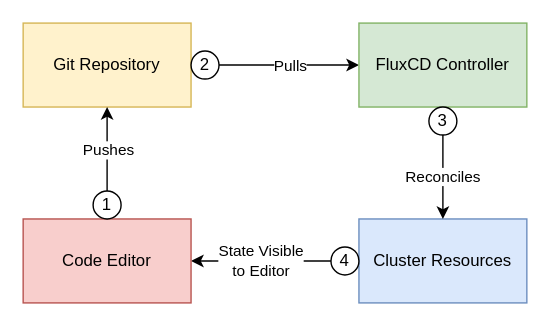
Above: docs/gitops-pull.drawio.svg in danielloader/kubernetes-sdlc (draw.io), before the change. Source tidied: cells renumbered, new cells last; positions are measured from the earlier drawing's top-left corner, leaving out a move shared by most shapes.
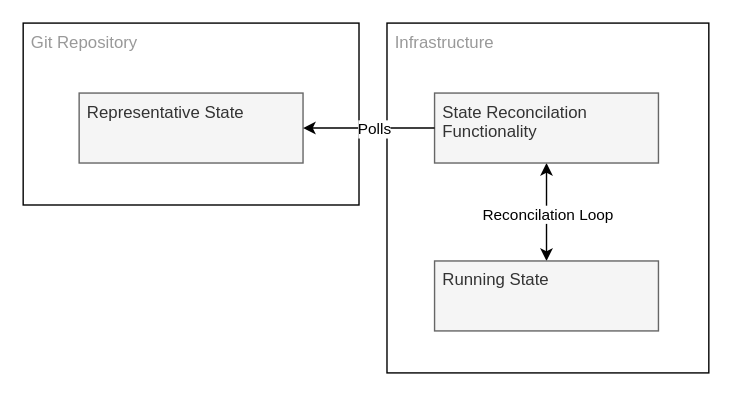
After the commit.

Diff of the diagram source:
```diff
@@ -2,63 +2,36 @@
   <root>
     <mxCell id="0" />
     <mxCell id="1" parent="0" />
+    <mxCell id="13" value="Infrastructure" style="rounded=0;whiteSpace=wrap;html=1;verticalAlign=top;align=left;spacingLeft=4;fontColor=#999999;" parent="1" vertex="1">
+      <mxGeometry x="260" y="-10" width="230" height="250" as="geometry" />
+    </mxCell>
+    <mxCell id="4" value="Git Repository" style="rounded=0;whiteSpace=wrap;html=1;horizontal=1;verticalAlign=top;align=left;spacingLeft=4;fontColor=#999999;" parent="1" vertex="1">
+      <mxGeometry y="-10" width="240" height="130" as="geometry" />
+    </mxCell>
-    <mxCell id="2" style="edgeStyle=none;html=1;startArrow=none;" parent="1" edge="1" source="16" target="5">
-      <mxGeometry relative="1" as="geometry" />
+    <mxCell id="2" value="Representative State" style="rounded=0;whiteSpace=wrap;html=1;verticalAlign=top;align=left;spacingLeft=4;fillColor=#f5f5f5;strokeColor=#666666;fontColor=#333333;" parent="1" vertex="1">
+      <mxGeometry x="40" y="40" width="160" height="50" as="geometry" />
     </mxCell>
-    <mxCell id="3" style="edgeStyle=none;html=1;startArrow=none;startFill=1;endArrow=none;endFill=0;" parent="1" edge="1" source="9" target="8">
-      <mxGeometry relative="1" as="geometry" />
-    </mxCell>
-    <mxCell id="4" value="Git Repository" style="rounded=0;whiteSpace=wrap;html=1;fillColor=#fff2cc;strokeColor=#d6b656;" parent="1" vertex="1">
-      <mxGeometry width="120" height="60" as="geometry" />
-    </mxCell>
-    <mxCell id="5" value="FluxCD Controller" style="rounded=0;whiteSpace=wrap;html=1;fillColor=#d5e8d4;strokeColor=#82b366;" parent="1" vertex="1">
-      <mxGeometry x="240" width="120" height="60" as="geometry" />
-    </mxCell>
+    <mxCell id="20" style="edgeStyle=none;html=1;startArrow=classic;startFill=1;" parent="1" edge="1" source="21" target="11">
+      <mxGeometry relative="1" as="geometry" />
+    </mxCell>
+    <mxCell id="12" value="Reconcilation Loop" style="edgeLabel;html=1;align=center;verticalAlign=middle;" parent="20" vertex="1">
+      <mxGeometry x="-0.1" relative="1" as="geometry">
+        <mxPoint y="4" as="offset" />
+      </mxGeometry>
+    </mxCell>
+    <mxCell id="21" value="State Reconcilation Functionality" style="rounded=0;whiteSpace=wrap;html=1;verticalAlign=top;align=left;spacingLeft=4;fillColor=#f5f5f5;fontColor=#333333;strokeColor=#666666;" parent="1" vertex="1">
+      <mxGeometry x="294" y="40" width="160" height="50" as="geometry" />
+    </mxCell>
-    <mxCell id="6" value="State Visible&lt;br&gt;to Editor" style="edgeStyle=none;html=1;startArrow=none;startFill=0;endArrow=classic;endFill=1;" parent="1" edge="1" source="13" target="8">
+    <mxCell id="6" style="edgeStyle=none;html=1;fontColor=#999999;exitX=0;exitY=0.5;exitDx=0;exitDy=0;entryX=1;entryY=0.5;entryDx=0;entryDy=0;" parent="1" edge="1" source="21" target="2">
       <mxGeometry relative="1" as="geometry" />
     </mxCell>
-    <mxCell id="7" value="Cluster Resources" style="rounded=0;whiteSpace=wrap;html=1;fillColor=#dae8fc;strokeColor=#6c8ebf;" parent="1" vertex="1">
-      <mxGeometry x="240" y="140" width="120" height="60" as="geometry" />
-    </mxCell>
-    <mxCell id="8" value="Code Editor" style="rounded=0;whiteSpace=wrap;html=1;fillColor=#f8cecc;strokeColor=#b85450;" parent="1" vertex="1">
-      <mxGeometry y="140" width="120" height="60" as="geometry" />
-    </mxCell>
-    <mxCell id="9" value="1" style="ellipse;whiteSpace=wrap;html=1;" parent="1" vertex="1">
-      <mxGeometry x="50" y="120" width="20" height="20" as="geometry" />
-    </mxCell>
-    <mxCell id="10" style="edgeStyle=none;html=1;startArrow=classic;startFill=1;endArrow=none;endFill=0;" parent="1" edge="1" source="4" target="9">
-      <mxGeometry relative="1" as="geometry" />
+    <mxCell id="10" value="Polls" style="edgeLabel;html=1;align=center;verticalAlign=middle;fontColor=#000000;" parent="6" vertex="1">
+      <mxGeometry x="0.01" y="1" relative="1" as="geometry">
+        <mxPoint x="3" y="-1" as="offset" />
+      </mxGeometry>
     </mxCell>
-    <mxCell id="11" value="Pushes" style="edgeLabel;html=1;align=center;verticalAlign=middle;points=[];" parent="10" vertex="1">
-      <mxGeometry x="-0.38" y="3" relative="1" as="geometry">
-        <mxPoint x="-3" y="11" as="offset" />
-      </mxGeometry>
+    <mxCell id="11" value="Running State" style="rounded=0;whiteSpace=wrap;html=1;verticalAlign=top;align=left;spacingLeft=4;fillColor=#f5f5f5;fontColor=#333333;strokeColor=#666666;" parent="1" vertex="1">
+      <mxGeometry x="294" y="160" width="160" height="50" as="geometry" />
     </mxCell>
-    <mxCell id="12" style="edgeStyle=none;html=1;startArrow=none;startFill=0;endArrow=none;endFill=1;" parent="1" edge="1" source="7" target="13">
-      <mxGeometry relative="1" as="geometry" />
-    </mxCell>
-    <mxCell id="13" value="4" style="ellipse;whiteSpace=wrap;html=1;" parent="1" vertex="1">
-      <mxGeometry x="220" y="160" width="20" height="20" as="geometry" />
-    </mxCell>
-    <mxCell id="14" style="edgeStyle=none;html=1;endArrow=none;" parent="1" edge="1" source="4" target="16">
-      <mxGeometry relative="1" as="geometry" />
-    </mxCell>
-    <mxCell id="15" value="Pulls" style="edgeLabel;html=1;align=center;verticalAlign=middle;" parent="14" vertex="1">
-      <mxGeometry x="-0.45" y="-1" relative="1" as="geometry">
-        <mxPoint x="70" as="offset" />
-      </mxGeometry>
-    </mxCell>
-    <mxCell id="16" value="2" style="ellipse;whiteSpace=wrap;html=1;" parent="1" vertex="1">
-      <mxGeometry x="120" y="20" width="20" height="20" as="geometry" />
-    </mxCell>
-    <mxCell id="17" style="edgeStyle=none;html=1;endArrow=none;" parent="1" edge="1" source="5" target="18">
-      <mxGeometry relative="1" as="geometry" />
-    </mxCell>
-    <mxCell id="18" value="3" style="ellipse;whiteSpace=wrap;html=1;" parent="1" vertex="1">
-      <mxGeometry x="290" y="60" width="20" height="20" as="geometry" />
-    </mxCell>
-    <mxCell id="19" value="Reconciles" style="edgeStyle=none;html=1;startArrow=none;" parent="1" edge="1" source="18" target="7">
-      <mxGeometry relative="1" as="geometry" />
-    </mxCell>
   </root>
 </mxGraphModel>
```
